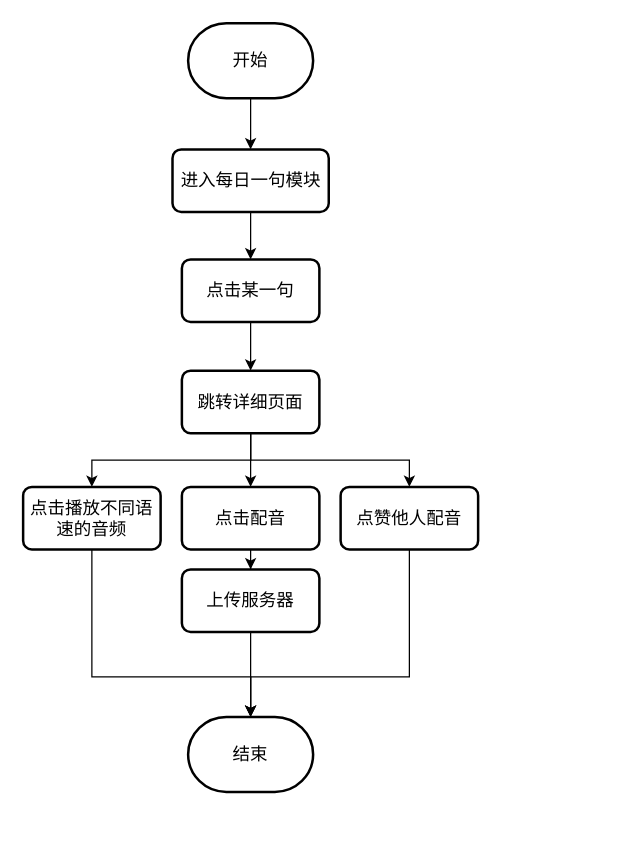
Above: 每日一句流程图.drawio in 6Yolo6/GraduationDesign (draw.io), before the change. Source tidied: cells renumbered, new cells numbered last; positions are measured from the earlier drawing's top-left corner, leaving out a move shared by most shapes. Both pictures are drawn from the tidied source at 125%, with x=0, y=0 at pixel (22, 22).
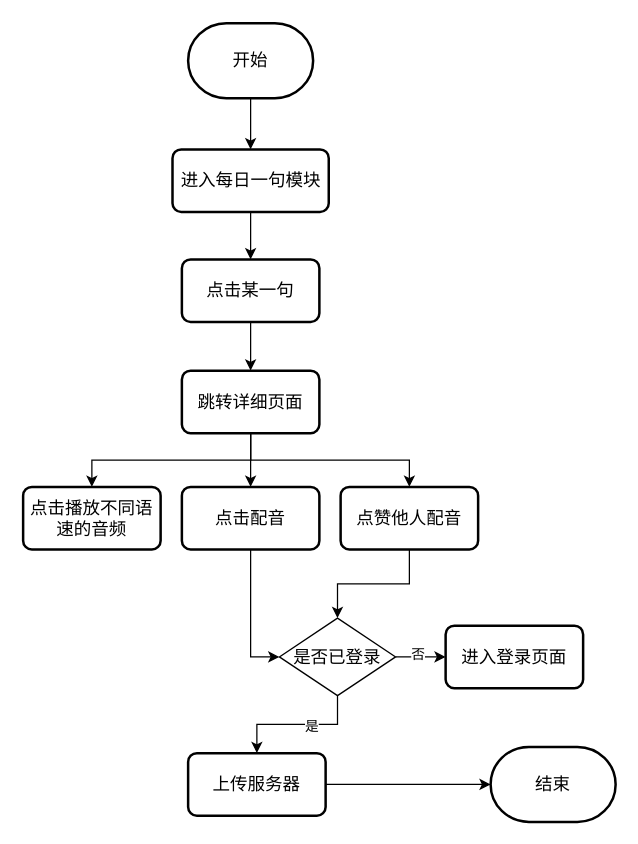
The same page after the edit.

Commit message (it also covers changes not shown here):
更新每日一句流程图.drawio

Unchanged cells that the change refers to:
```xml
<mxCell id="7" value="点击播放不同语速的音频" style="rounded=1;whiteSpace=wrap;html=1;absoluteArcSize=1;arcSize=14;strokeWidth=2;fontSize=14;" parent="1" vertex="1">
  <mxGeometry y="371" width="110" height="50" as="geometry" />
</mxCell>
<mxCell id="15" value="点击配音" style="rounded=1;whiteSpace=wrap;html=1;absoluteArcSize=1;arcSize=14;strokeWidth=2;fontSize=14;" parent="1" vertex="1">
  <mxGeometry x="127" y="371" width="110" height="50" as="geometry" />
</mxCell>
<mxCell id="16" value="点赞他人配音" style="rounded=1;whiteSpace=wrap;html=1;absoluteArcSize=1;arcSize=14;strokeWidth=2;fontSize=14;" parent="1" vertex="1">
  <mxGeometry x="254" y="371" width="110" height="50" as="geometry" />
</mxCell>
```

The edit, as a diff of the source:
```diff
@@
     <mxCell id="6" value="结束" style="strokeWidth=2;html=1;shape=mxgraph.flowchart.terminator;whiteSpace=wrap;fontSize=14;" parent="1" vertex="1">
-      <mxGeometry x="132" y="555" width="100" height="60" as="geometry" />
+      <mxGeometry x="374" y="579" width="100" height="60" as="geometry" />
     </mxCell>
@@
-    <mxCell id="14" style="edgeStyle=orthogonalEdgeStyle;rounded=0;jettySize=auto;html=1;" parent="1" edge="1" source="15" target="20">
-      <mxGeometry relative="1" as="geometry" />
-    </mxCell>
+    <mxCell id="21" style="edgeStyle=orthogonalEdgeStyle;rounded=0;jettySize=auto;html=1;entryX=0;entryY=0.5;entryDx=0;entryDy=0;" parent="1" edge="1" source="15" target="27">
+      <mxGeometry relative="1" as="geometry" />
+    </mxCell>
@@
+    <mxCell id="22" style="edgeStyle=orthogonalEdgeStyle;rounded=0;jettySize=auto;html=1;entryX=0.5;entryY=0;entryDx=0;entryDy=0;" parent="1" edge="1" source="16" target="27">
+      <mxGeometry relative="1" as="geometry" />
+    </mxCell>
@@
-    <mxCell id="17" style="edgeStyle=orthogonalEdgeStyle;rounded=0;jettySize=auto;html=1;entryX=0.5;entryY=0;entryDx=0;entryDy=0;entryPerimeter=0;exitX=0.5;exitY=1;exitDx=0;exitDy=0;" parent="1" edge="1" source="7" target="6">
-      <mxGeometry relative="1" as="geometry">
-        <Array as="points">
-          <mxPoint x="55" y="523" />
-          <mxPoint x="182" y="523" />
-        </Array>
-      </mxGeometry>
-    </mxCell>
-    <mxCell id="18" style="edgeStyle=orthogonalEdgeStyle;rounded=0;jettySize=auto;html=1;entryX=0.5;entryY=0;entryDx=0;entryDy=0;entryPerimeter=0;exitX=0.5;exitY=1;exitDx=0;exitDy=0;" parent="1" edge="1" source="16" target="6">
-      <mxGeometry relative="1" as="geometry">
-        <Array as="points">
-          <mxPoint x="309" y="523" />
-          <mxPoint x="182" y="523" />
-        </Array>
-      </mxGeometry>
-    </mxCell>
@@
     <mxCell id="20" value="上传服务器" style="rounded=1;whiteSpace=wrap;html=1;absoluteArcSize=1;arcSize=14;strokeWidth=2;fontSize=14;" parent="1" vertex="1">
-      <mxGeometry x="127" y="437" width="110" height="50" as="geometry" />
+      <mxGeometry x="132" y="584" width="110" height="50" as="geometry" />
     </mxCell>
+    <mxCell id="23" style="edgeStyle=orthogonalEdgeStyle;rounded=0;jettySize=auto;html=1;" parent="1" edge="1" source="27" target="28">
+      <mxGeometry relative="1" as="geometry" />
+    </mxCell>
+    <mxCell id="24" value="否" style="edgeLabel;html=1;align=center;verticalAlign=middle;" parent="23" vertex="1">
+      <mxGeometry x="-0.16" y="3" relative="1" as="geometry" />
+    </mxCell>
+    <mxCell id="25" style="edgeStyle=orthogonalEdgeStyle;rounded=0;jettySize=auto;html=1;" parent="1" edge="1" source="27" target="20">
+      <mxGeometry relative="1" as="geometry" />
+    </mxCell>
+    <mxCell id="26" value="是" style="edgeLabel;html=1;align=center;verticalAlign=middle;" parent="25" vertex="1">
+      <mxGeometry x="-0.21" y="1" relative="1" as="geometry" />
+    </mxCell>
+    <mxCell id="27" value="是否已登录" style="shape=rhombus;perimeter=rhombusPerimeter;whiteSpace=wrap;html=1;align=center;fontSize=14;" parent="1" vertex="1">
+      <mxGeometry x="205" y="476" width="93" height="62" as="geometry" />
+    </mxCell>
+    <mxCell id="28" value="进入登录页面" style="rounded=1;whiteSpace=wrap;html=1;absoluteArcSize=1;arcSize=14;strokeWidth=2;fontSize=14;" parent="1" vertex="1">
+      <mxGeometry x="338" y="482" width="110" height="50" as="geometry" />
+    </mxCell>
```
